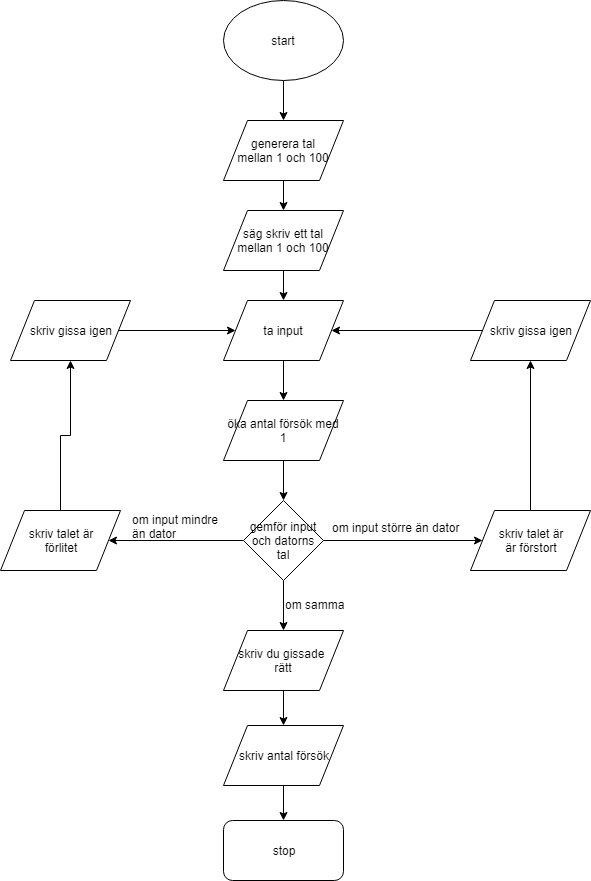
Before: inlamningsUppgifter/flowuppgift1.png, a diagram exported from draw.io (lolmanQ/inlamningsuppgift). Source tidied: cells renumbered, new cells last; positions are measured from the earlier drawing's top-left corner, leaving out a move shared by most shapes.
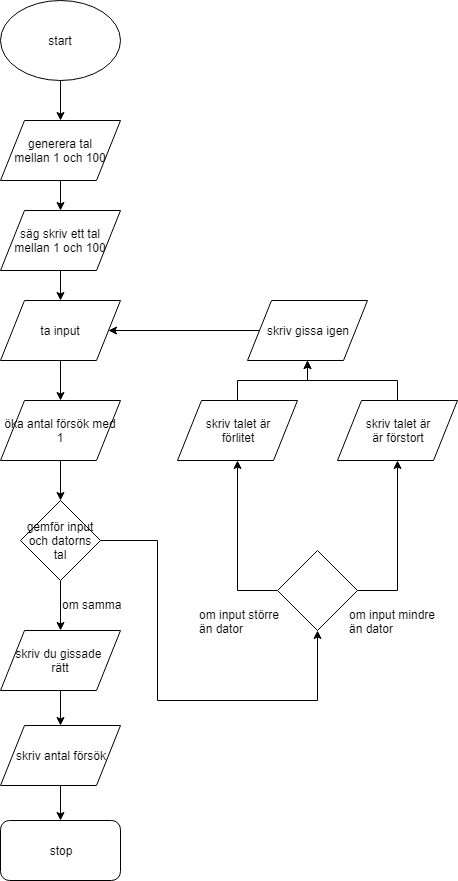
Later version of the same file.

Diff of the diagram source:
```diff
@@ -35,12 +35,15 @@
     <mxCell id="12" style="edgeStyle=orthogonalEdgeStyle;rounded=0;jettySize=auto;html=1;" parent="1" edge="1" source="15" target="17">
       <mxGeometry relative="1" as="geometry" />
     </mxCell>
-    <mxCell id="13" style="edgeStyle=orthogonalEdgeStyle;rounded=0;jettySize=auto;html=1;" parent="1" edge="1" source="15" target="24">
-      <mxGeometry relative="1" as="geometry" />
-    </mxCell>
-    <mxCell id="14" style="edgeStyle=orthogonalEdgeStyle;rounded=0;jettySize=auto;html=1;" parent="1" edge="1" source="15" target="22">
-      <mxGeometry relative="1" as="geometry" />
-    </mxCell>
+    <mxCell id="32" style="edgeStyle=orthogonalEdgeStyle;rounded=0;jettySize=auto;html=1;entryX=0.5;entryY=1;entryDx=0;entryDy=0;" parent="1" edge="1" source="15" target="36">
+      <mxGeometry relative="1" as="geometry">
+        <Array as="points">
+          <mxPoint x="380" y="540" />
+          <mxPoint x="380" y="700" />
+          <mxPoint x="540" y="700" />
+        </Array>
+      </mxGeometry>
+    </mxCell>
     <mxCell id="15" value="gemför input och datorns tal" style="rhombus;whiteSpace=wrap;html=1;" parent="1" vertex="1">
       <mxGeometry x="243" y="500" width="80" height="80" as="geometry" />
     </mxCell>
@@ -59,38 +62,49 @@
     <mxCell id="20" value="om samma" style="text;html=1;align=left;verticalAlign=top;spacingTop=-4;" parent="1" vertex="1">
       <mxGeometry x="283" y="595" width="70" height="20" as="geometry" />
     </mxCell>
-    <mxCell id="21" style="edgeStyle=orthogonalEdgeStyle;rounded=0;jettySize=auto;html=1;" parent="1" edge="1" source="22" target="26">
-      <mxGeometry relative="1" as="geometry" />
-    </mxCell>
+    <mxCell id="33" style="edgeStyle=orthogonalEdgeStyle;rounded=0;jettySize=auto;html=1;" parent="1" edge="1" source="22" target="28">
+      <mxGeometry relative="1" as="geometry" />
+    </mxCell>
     <mxCell id="22" value="skriv talet är&lt;br&gt;förlitet" style="shape=parallelogram;perimeter=parallelogramPerimeter;whiteSpace=wrap;html=1;" parent="1" vertex="1">
-      <mxGeometry y="510" width="120" height="60" as="geometry" />
+      <mxGeometry x="400" y="400" width="120" height="60" as="geometry" />
     </mxCell>
     <mxCell id="23" style="edgeStyle=orthogonalEdgeStyle;rounded=0;jettySize=auto;html=1;" parent="1" edge="1" source="24" target="28">
       <mxGeometry relative="1" as="geometry" />
     </mxCell>
     <mxCell id="24" value="skriv talet är&lt;br&gt;är förstort" style="shape=parallelogram;perimeter=parallelogramPerimeter;whiteSpace=wrap;html=1;" parent="1" vertex="1">
-      <mxGeometry x="470" y="510" width="120" height="60" as="geometry" />
+      <mxGeometry x="560" y="400" width="120" height="60" as="geometry" />
     </mxCell>
-    <mxCell id="25" style="edgeStyle=orthogonalEdgeStyle;rounded=0;jettySize=auto;html=1;entryX=0;entryY=0.5;entryDx=0;entryDy=0;" parent="1" edge="1" source="26" target="11">
-      <mxGeometry relative="1" as="geometry" />
-    </mxCell>
-    <mxCell id="26" value="skriv gissa igen" style="shape=parallelogram;perimeter=parallelogramPerimeter;whiteSpace=wrap;html=1;" parent="1" vertex="1">
-      <mxGeometry x="10" y="300" width="120" height="60" as="geometry" />
-    </mxCell>
     <mxCell id="27" style="edgeStyle=orthogonalEdgeStyle;rounded=0;jettySize=auto;html=1;" parent="1" edge="1" source="28" target="11">
       <mxGeometry relative="1" as="geometry" />
     </mxCell>
     <mxCell id="28" value="skriv gissa igen" style="shape=parallelogram;perimeter=parallelogramPerimeter;whiteSpace=wrap;html=1;" parent="1" vertex="1">
       <mxGeometry x="470" y="300" width="120" height="60" as="geometry" />
     </mxCell>
-    <mxCell id="29" value="om input större än dator" style="text;html=1;align=left;verticalAlign=top;spacingTop=-4;" parent="1" vertex="1">
-      <mxGeometry x="330" y="517.5" width="140" height="20" as="geometry" />
+    <mxCell id="29" value="om input större&lt;br&gt;än dator" style="text;html=1;align=left;verticalAlign=top;spacingTop=-4;" parent="1" vertex="1">
+      <mxGeometry x="420" y="605" width="100" height="30" as="geometry" />
     </mxCell>
     <mxCell id="30" value="om input mindre&lt;br&gt;än dator" style="text;html=1;align=left;verticalAlign=top;spacingTop=-4;" parent="1" vertex="1">
-      <mxGeometry x="130" y="510" width="100" height="30" as="geometry" />
+      <mxGeometry x="570" y="605" width="100" height="30" as="geometry" />
     </mxCell>
     <mxCell id="31" value="stop" style="rounded=1;whiteSpace=wrap;html=1;" parent="1" vertex="1">
       <mxGeometry x="223" y="820" width="120" height="60" as="geometry" />
     </mxCell>
+    <mxCell id="34" style="edgeStyle=orthogonalEdgeStyle;rounded=0;jettySize=auto;html=1;" parent="1" edge="1" source="36" target="24">
+      <mxGeometry relative="1" as="geometry">
+        <Array as="points">
+          <mxPoint x="620" y="590" />
+        </Array>
+      </mxGeometry>
+    </mxCell>
+    <mxCell id="35" style="edgeStyle=orthogonalEdgeStyle;rounded=0;jettySize=auto;html=1;" parent="1" edge="1" source="36" target="22">
+      <mxGeometry relative="1" as="geometry">
+        <Array as="points">
+          <mxPoint x="460" y="590" />
+        </Array>
+      </mxGeometry>
+    </mxCell>
+    <mxCell id="36" style="rhombus;whiteSpace=wrap;html=1;" parent="1" vertex="1">
+      <mxGeometry x="500" y="550" width="80" height="80" as="geometry" />
+    </mxCell>
   </root>
 </mxGraphModel>
```
